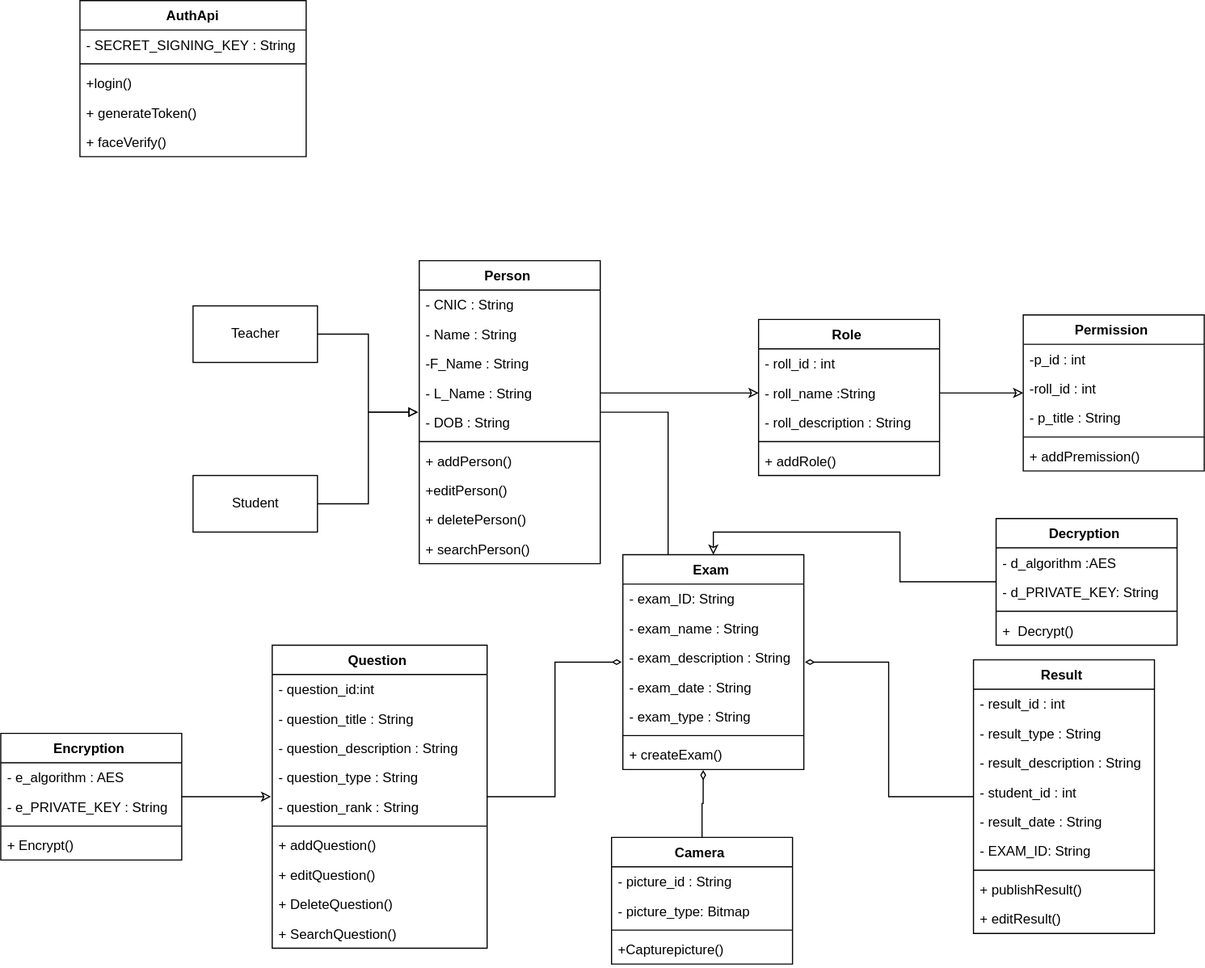
Zaeem6100/FYP-Documents keeps this draw.io diagram as Class Diagram.drawio.svg. Above is the earlier version. Source tidied: cells renumbered, new cells last; positions are measured from the earlier drawing's top-left corner, leaving out a move shared by most shapes.
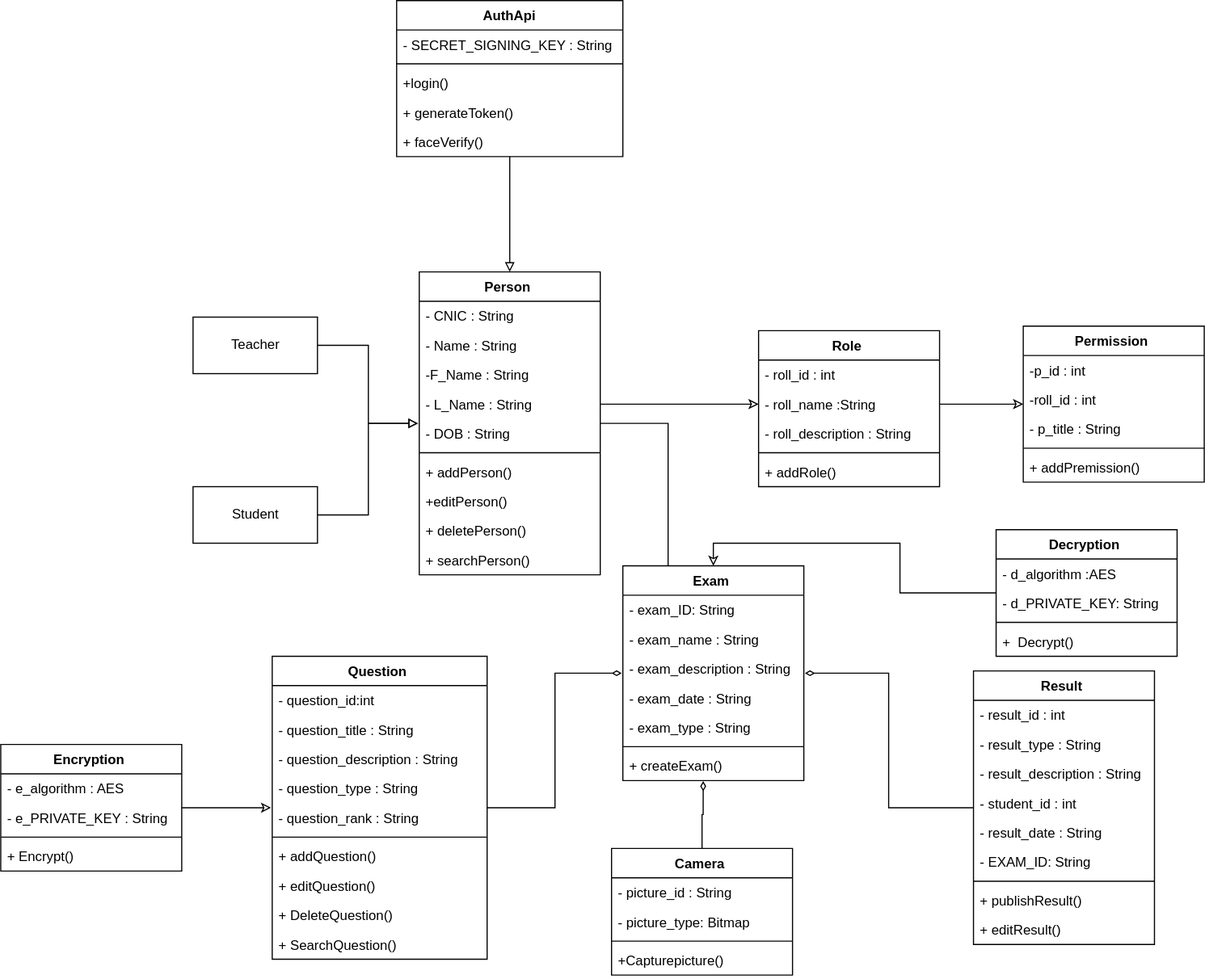
The same diagram one commit later.

Diff of the diagram source:
```diff
@@ -239,8 +239,11 @@
     <mxCell id="80" style="edgeStyle=orthogonalEdgeStyle;rounded=0;sketch=0;jumpSize=17;jettySize=auto;html=1;entryX=0;entryY=0.5;entryDx=0;entryDy=0;shadow=0;endArrow=classic;endFill=0;targetPerimeterSpacing=1;strokeColor=#000000;strokeWidth=1;" parent="1" edge="1" source="65" target="69">
       <mxGeometry relative="1" as="geometry" />
     </mxCell>
+    <mxCell id="87" style="edgeStyle=orthogonalEdgeStyle;rounded=0;jettySize=auto;html=1;entryX=0.5;entryY=0;entryDx=0;entryDy=0;endArrow=block;endFill=0;" parent="1" edge="1" source="81" target="3">
+      <mxGeometry relative="1" as="geometry" />
+    </mxCell>
     <mxCell id="81" value="AuthApi" style="swimlane;fontStyle=1;align=center;verticalAlign=top;horizontal=1;startSize=26;" parent="1" vertex="1">
-      <mxGeometry x="70" width="200" height="138" as="geometry" />
+      <mxGeometry x="350" y="-10" width="200" height="138" as="geometry" />
     </mxCell>
     <mxCell id="82" value="- SECRET_SIGNING_KEY : String" style="text;strokeColor=none;fillColor=none;align=left;verticalAlign=top;spacingLeft=4;spacingRight=4;overflow=hidden;" parent="81" vertex="1">
       <mxGeometry y="26" width="200" height="26" as="geometry" />
```
